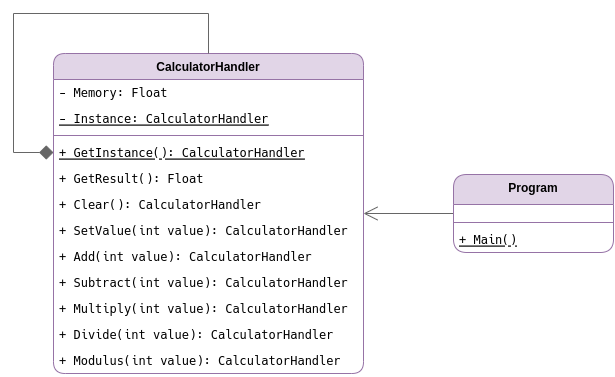
This is img/ClassDiagram-Singleton.drawio.png from julianlasso-itm/creation-design-patterns, a draw.io export, as it was before one commit. Source tidied: cells renumbered, new cells last; positions are measured from the earlier drawing's top-left corner, leaving out a move shared by most shapes.
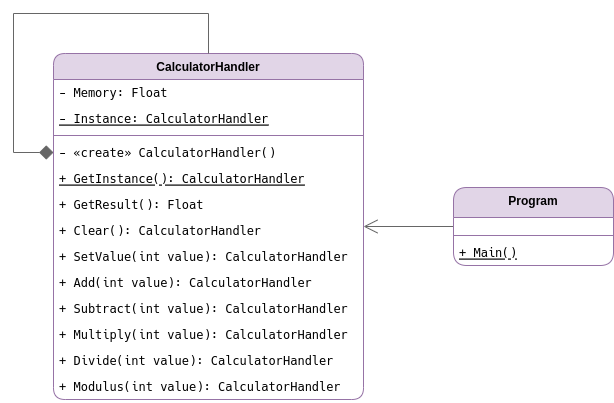
The same diagram one commit later.

What changed in the source:
```diff
@@ -3,7 +3,7 @@
     <mxCell id="0" />
     <mxCell id="1" parent="0" />
     <mxCell id="2" value="CalculatorHandler" style="swimlane;fontStyle=1;align=center;verticalAlign=top;horizontal=1;startSize=26;rounded=1;shadow=0;glass=0;strokeColor=#9673a6;fillColor=#e1d5e7;fontSize=12;swimlaneFillColor=none;fillStyle=auto;" parent="1" vertex="1">
-      <mxGeometry x="40" y="40" width="310" height="320" as="geometry" />
+      <mxGeometry x="40" y="40" width="310" height="346" as="geometry" />
     </mxCell>
     <mxCell id="3" value="- Memory: Float" style="text;strokeColor=none;fillColor=none;align=left;verticalAlign=top;spacingLeft=4;spacingRight=4;overflow=hidden;rounded=0;shadow=0;glass=0;sketch=0;fontFamily=Hack Nerd Font Mono;" parent="2" vertex="1">
       <mxGeometry y="26" width="310" height="26" as="geometry" />
@@ -23,47 +23,50 @@
         </Array>
       </mxGeometry>
     </mxCell>
-    <mxCell id="7" value="+ GetInstance(): CalculatorHandler" style="text;strokeColor=none;fillColor=none;align=left;verticalAlign=top;spacingLeft=4;spacingRight=4;overflow=hidden;points=[[0,0.5],[1,0.5]];portConstraint=eastwest;rounded=0;shadow=0;glass=0;sketch=0;fontFamily=Hack Nerd Font Mono;fontStyle=4;" parent="2" vertex="1">
+    <mxCell id="7" value="- «create» CalculatorHandler()" style="text;strokeColor=none;fillColor=none;align=left;verticalAlign=top;spacingLeft=4;spacingRight=4;overflow=hidden;points=[[0,0.5],[1,0.5]];portConstraint=eastwest;rounded=0;shadow=0;glass=0;sketch=0;fontFamily=Hack Nerd Font Mono;fontStyle=0;" parent="2" vertex="1">
       <mxGeometry y="86" width="310" height="26" as="geometry" />
     </mxCell>
-    <mxCell id="8" value="+ GetResult(): Float" style="text;strokeColor=none;fillColor=none;align=left;verticalAlign=top;spacingLeft=4;spacingRight=4;overflow=hidden;rounded=0;shadow=0;glass=0;sketch=0;fontFamily=Hack Nerd Font Mono;" parent="2" vertex="1">
+    <mxCell id="8" value="+ GetInstance(): CalculatorHandler" style="text;strokeColor=none;fillColor=none;align=left;verticalAlign=top;spacingLeft=4;spacingRight=4;overflow=hidden;rounded=0;shadow=0;glass=0;sketch=0;fontFamily=Hack Nerd Font Mono;fontStyle=4;" parent="2" vertex="1">
       <mxGeometry y="112" width="310" height="26" as="geometry" />
     </mxCell>
-    <mxCell id="9" value="+ Clear(): CalculatorHandler" style="text;strokeColor=none;fillColor=none;align=left;verticalAlign=top;spacingLeft=4;spacingRight=4;overflow=hidden;rounded=0;shadow=0;glass=0;sketch=0;fontFamily=Hack Nerd Font Mono;" parent="2" vertex="1">
+    <mxCell id="9" value="+ GetResult(): Float" style="text;strokeColor=none;fillColor=none;align=left;verticalAlign=top;spacingLeft=4;spacingRight=4;overflow=hidden;rounded=0;shadow=0;glass=0;sketch=0;fontFamily=Hack Nerd Font Mono;" parent="2" vertex="1">
       <mxGeometry y="138" width="310" height="26" as="geometry" />
     </mxCell>
-    <mxCell id="10" value="+ SetValue(int value): CalculatorHandler" style="text;strokeColor=none;fillColor=none;align=left;verticalAlign=top;spacingLeft=4;spacingRight=4;overflow=hidden;rounded=0;shadow=0;glass=0;sketch=0;fontFamily=Hack Nerd Font Mono;" parent="2" vertex="1">
+    <mxCell id="10" value="+ Clear(): CalculatorHandler" style="text;strokeColor=none;fillColor=none;align=left;verticalAlign=top;spacingLeft=4;spacingRight=4;overflow=hidden;rounded=0;shadow=0;glass=0;sketch=0;fontFamily=Hack Nerd Font Mono;" parent="2" vertex="1">
       <mxGeometry y="164" width="310" height="26" as="geometry" />
     </mxCell>
-    <mxCell id="11" value="+ Add(int value): CalculatorHandler" style="text;strokeColor=none;fillColor=none;align=left;verticalAlign=top;spacingLeft=4;spacingRight=4;overflow=hidden;rounded=0;shadow=0;glass=0;sketch=0;fontFamily=Hack Nerd Font Mono;" parent="2" vertex="1">
+    <mxCell id="11" value="+ SetValue(int value): CalculatorHandler" style="text;strokeColor=none;fillColor=none;align=left;verticalAlign=top;spacingLeft=4;spacingRight=4;overflow=hidden;rounded=0;shadow=0;glass=0;sketch=0;fontFamily=Hack Nerd Font Mono;" parent="2" vertex="1">
       <mxGeometry y="190" width="310" height="26" as="geometry" />
     </mxCell>
-    <mxCell id="12" value="+ Subtract(int value): CalculatorHandler" style="text;strokeColor=none;fillColor=none;align=left;verticalAlign=top;spacingLeft=4;spacingRight=4;overflow=hidden;rounded=0;shadow=0;glass=0;sketch=0;fontFamily=Hack Nerd Font Mono;" parent="2" vertex="1">
+    <mxCell id="12" value="+ Add(int value): CalculatorHandler" style="text;strokeColor=none;fillColor=none;align=left;verticalAlign=top;spacingLeft=4;spacingRight=4;overflow=hidden;rounded=0;shadow=0;glass=0;sketch=0;fontFamily=Hack Nerd Font Mono;" parent="2" vertex="1">
       <mxGeometry y="216" width="310" height="26" as="geometry" />
     </mxCell>
-    <mxCell id="13" value="+ Multiply(int value): CalculatorHandler" style="text;strokeColor=none;fillColor=none;align=left;verticalAlign=top;spacingLeft=4;spacingRight=4;overflow=hidden;rounded=0;shadow=0;glass=0;sketch=0;fontFamily=Hack Nerd Font Mono;" parent="2" vertex="1">
+    <mxCell id="13" value="+ Subtract(int value): CalculatorHandler" style="text;strokeColor=none;fillColor=none;align=left;verticalAlign=top;spacingLeft=4;spacingRight=4;overflow=hidden;rounded=0;shadow=0;glass=0;sketch=0;fontFamily=Hack Nerd Font Mono;" parent="2" vertex="1">
       <mxGeometry y="242" width="310" height="26" as="geometry" />
     </mxCell>
-    <mxCell id="14" value="+ Divide(int value): CalculatorHandler" style="text;strokeColor=none;fillColor=none;align=left;verticalAlign=top;spacingLeft=4;spacingRight=4;overflow=hidden;rounded=0;shadow=0;glass=0;sketch=0;fontFamily=Hack Nerd Font Mono;" parent="2" vertex="1">
+    <mxCell id="14" value="+ Multiply(int value): CalculatorHandler" style="text;strokeColor=none;fillColor=none;align=left;verticalAlign=top;spacingLeft=4;spacingRight=4;overflow=hidden;rounded=0;shadow=0;glass=0;sketch=0;fontFamily=Hack Nerd Font Mono;" parent="2" vertex="1">
       <mxGeometry y="268" width="310" height="26" as="geometry" />
     </mxCell>
-    <mxCell id="15" value="+ Modulus(int value): CalculatorHandler" style="text;strokeColor=none;fillColor=none;align=left;verticalAlign=top;spacingLeft=4;spacingRight=4;overflow=hidden;rounded=0;shadow=0;glass=0;sketch=0;fontFamily=Hack Nerd Font Mono;" parent="2" vertex="1">
+    <mxCell id="15" value="+ Divide(int value): CalculatorHandler" style="text;strokeColor=none;fillColor=none;align=left;verticalAlign=top;spacingLeft=4;spacingRight=4;overflow=hidden;rounded=0;shadow=0;glass=0;sketch=0;fontFamily=Hack Nerd Font Mono;" parent="2" vertex="1">
       <mxGeometry y="294" width="310" height="26" as="geometry" />
     </mxCell>
-    <mxCell id="16" style="rounded=0;jettySize=auto;html=1;startArrow=none;startFill=0;endArrow=open;endFill=0;endSize=12;startSize=12;fillColor=#f5f5f5;strokeColor=#666666;" parent="1" edge="1" source="17" target="2">
-      <mxGeometry relative="1" as="geometry" />
+    <mxCell id="16" value="+ Modulus(int value): CalculatorHandler" style="text;strokeColor=none;fillColor=none;align=left;verticalAlign=top;spacingLeft=4;spacingRight=4;overflow=hidden;rounded=0;shadow=0;glass=0;sketch=0;fontFamily=Hack Nerd Font Mono;" parent="2" vertex="1">
+      <mxGeometry y="320" width="310" height="26" as="geometry" />
     </mxCell>
-    <mxCell id="17" value="Program" style="swimlane;fontStyle=1;align=center;verticalAlign=top;horizontal=1;startSize=30;fillColor=#e1d5e7;strokeColor=#9673a6;rounded=1;" parent="1" vertex="1">
-      <mxGeometry x="440" y="161" width="160" height="78" as="geometry" />
+    <mxCell id="17" style="rounded=0;jettySize=auto;html=1;startArrow=none;startFill=0;endArrow=open;endFill=0;endSize=12;startSize=12;fillColor=#f5f5f5;strokeColor=#666666;" parent="1" edge="1" source="18" target="2">
+      <mxGeometry relative="1" as="geometry" />
     </mxCell>
-    <mxCell id="18" style="text;strokeColor=none;fillColor=none;align=left;verticalAlign=middle;spacingTop=-1;spacingLeft=4;spacingRight=4;labelPosition=right;points=[];portConstraint=eastwest;" parent="17" vertex="1">
-      <mxGeometry y="30" width="160" height="14" as="geometry" />
+    <mxCell id="18" value="Program" style="swimlane;fontStyle=1;align=center;verticalAlign=top;horizontal=1;startSize=30;fillColor=#e1d5e7;strokeColor=#9673a6;rounded=1;" parent="1" vertex="1">
+      <mxGeometry x="440" y="174" width="160" height="78" as="geometry" />
     </mxCell>
-    <mxCell id="19" style="line;strokeWidth=1;fillColor=none;align=left;verticalAlign=middle;spacingTop=-1;spacingLeft=3;spacingRight=3;labelPosition=right;strokeColor=inherit;" parent="17" vertex="1">
-      <mxGeometry y="44" width="160" height="8" as="geometry" />
+    <mxCell id="19" style="text;strokeColor=none;fillColor=none;align=left;verticalAlign=middle;spacingTop=-1;spacingLeft=4;spacingRight=4;labelPosition=right;" parent="18" vertex="1">
+      <mxGeometry y="30" width="160" height="14" as="geometry" />
     </mxCell>
-    <mxCell id="20" value="+ Main()" style="text;strokeColor=none;fillColor=none;align=left;verticalAlign=top;spacingLeft=4;spacingRight=4;overflow=hidden;fontFamily=Hack Nerd Font Mono;fontStyle=4;" parent="17" vertex="1">
-      <mxGeometry y="52" width="160" height="26" as="geometry" />
+    <mxCell id="20" style="line;strokeWidth=1;fillColor=none;align=left;verticalAlign=middle;spacingTop=-1;spacingLeft=3;spacingRight=3;labelPosition=right;strokeColor=inherit;" parent="18" vertex="1">
+      <mxGeometry y="44" width="160" height="8" as="geometry" />
     </mxCell>
+    <mxCell id="21" value="+ Main()" style="text;strokeColor=none;fillColor=none;align=left;verticalAlign=top;spacingLeft=4;spacingRight=4;overflow=hidden;fontFamily=Hack Nerd Font Mono;fontStyle=4;" parent="18" vertex="1">
+      <mxGeometry y="52" width="160" height="26" as="geometry" />
+    </mxCell>
   </root>
 </mxGraphModel>
```
